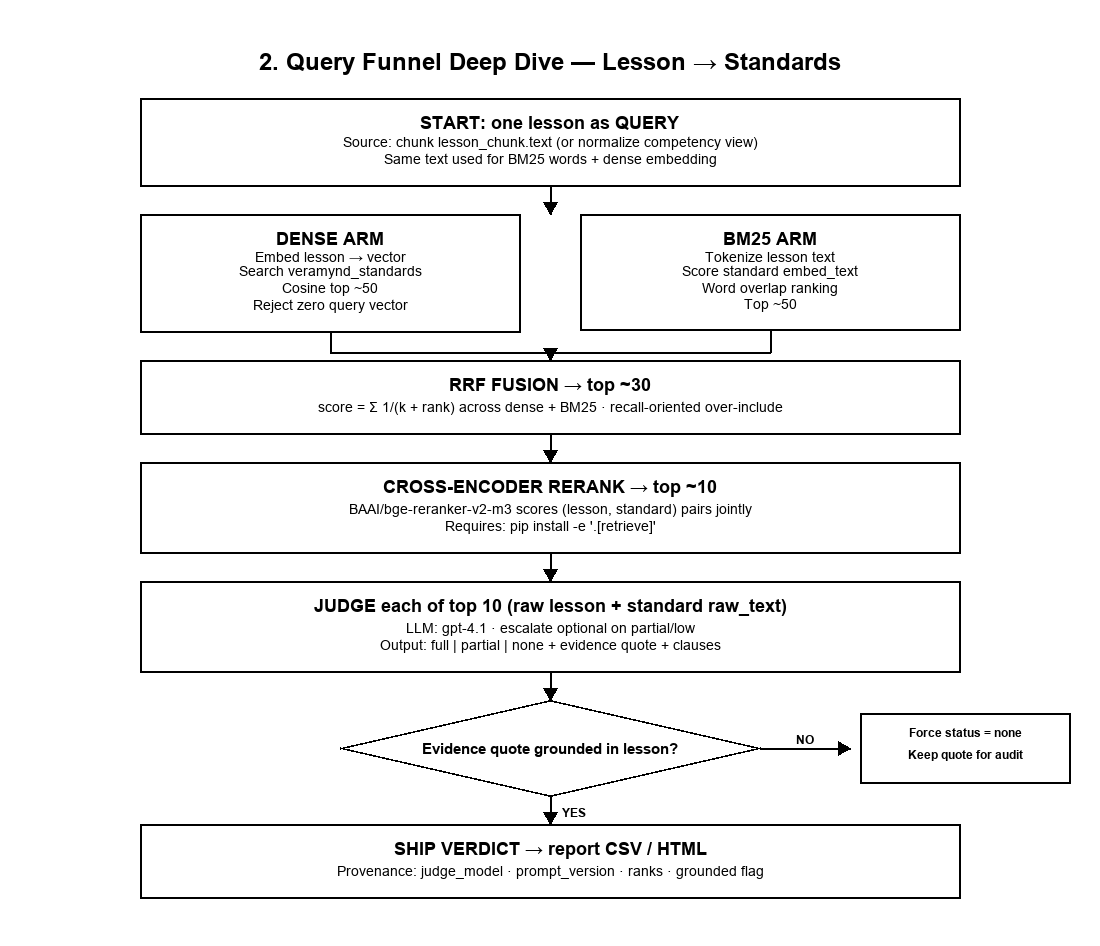
Above: veramynd/docs/diagrams/flow/03_query_funnel_deep.png in abaidurerehman1/Veramynd (Mermaid), before the change. Its source is kept beside it as veramynd/docs/diagrams/flow/03_query_funnel_deep.mmd.
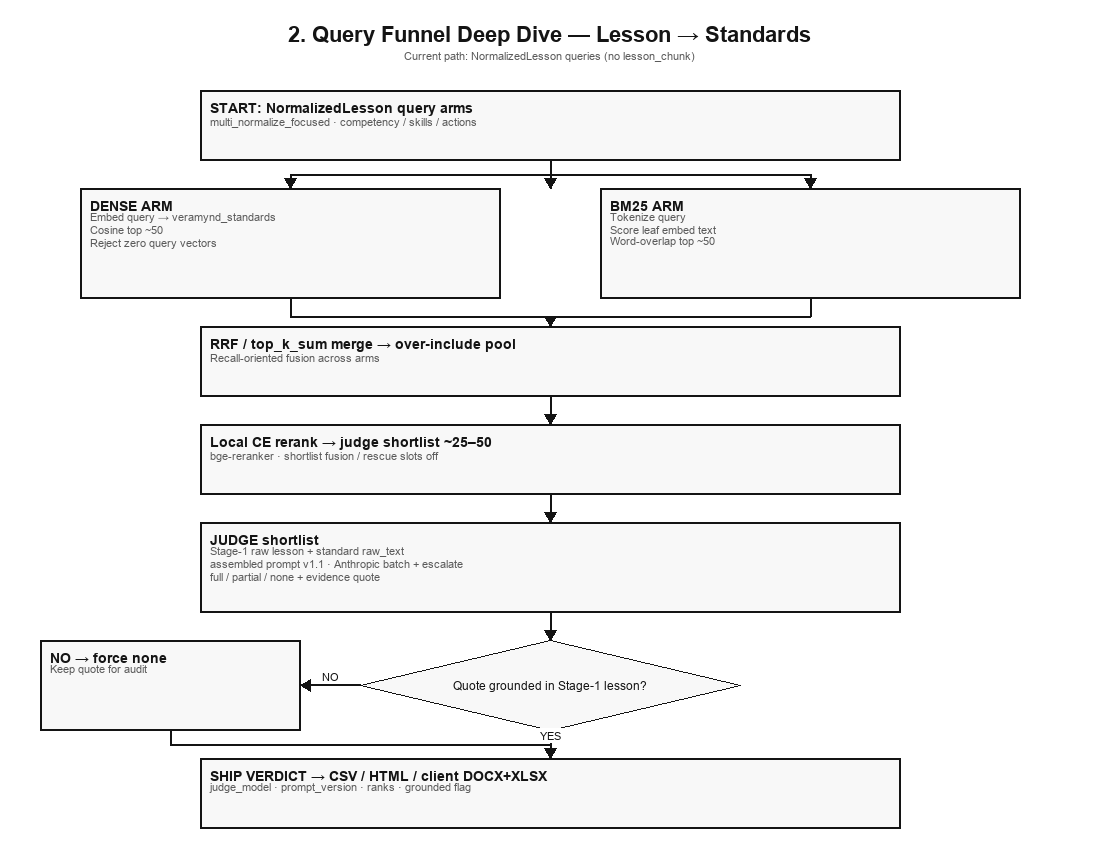
The same diagram one commit later.

What changed in the source:
```diff
@@ -1,17 +1,17 @@
 flowchart TB
-  START["START: one lesson as QUERY<br/>lesson_chunk.text"]
+  START["START: NormalizedLesson queries<br/>multi_normalize_focused arms"]
 
   subgraph ARMS["Hybrid arms"]
     DENSE["DENSE<br/>embed query → veramynd_standards<br/>Cosine top ~50"]
-    BM25["BM25<br/>word match on embed_text<br/>top ~50"]
+    BM25["BM25<br/>word match on leaf embed text<br/>top ~50"]
   end
 
-  RRF["RRF fusion → top ~30<br/>recall over-include"]
-  RERANK["Cross-encoder rerank → top ~10<br/>bge-reranker-base"]
-  JUDGE["Judge each pair<br/>raw lesson + standard raw_text<br/>full / partial / none + quote"]
-  GROUND{"Quote grounded<br/>in lesson text?"}
+  RRF["RRF / top_k_sum merge<br/>recall over-include"]
+  RERANK["Local CE rerank<br/>bge-reranker · shortlist ~25–50"]
+  JUDGE["Judge shortlist<br/>Stage-1 raw lesson + standard raw_text<br/>assembled prompt v1.1"]
+  GROUND{"Quote grounded<br/>in Stage-1 lesson?"}
   REJECT["NO → force none<br/>keep quote for audit"]
-  SHIP["YES → ship verdict<br/>CSV / HTML report"]
+  SHIP["YES → ship verdict<br/>CSV / HTML / client DOCX"]
 
   START --> DENSE
   START --> BM25
```
